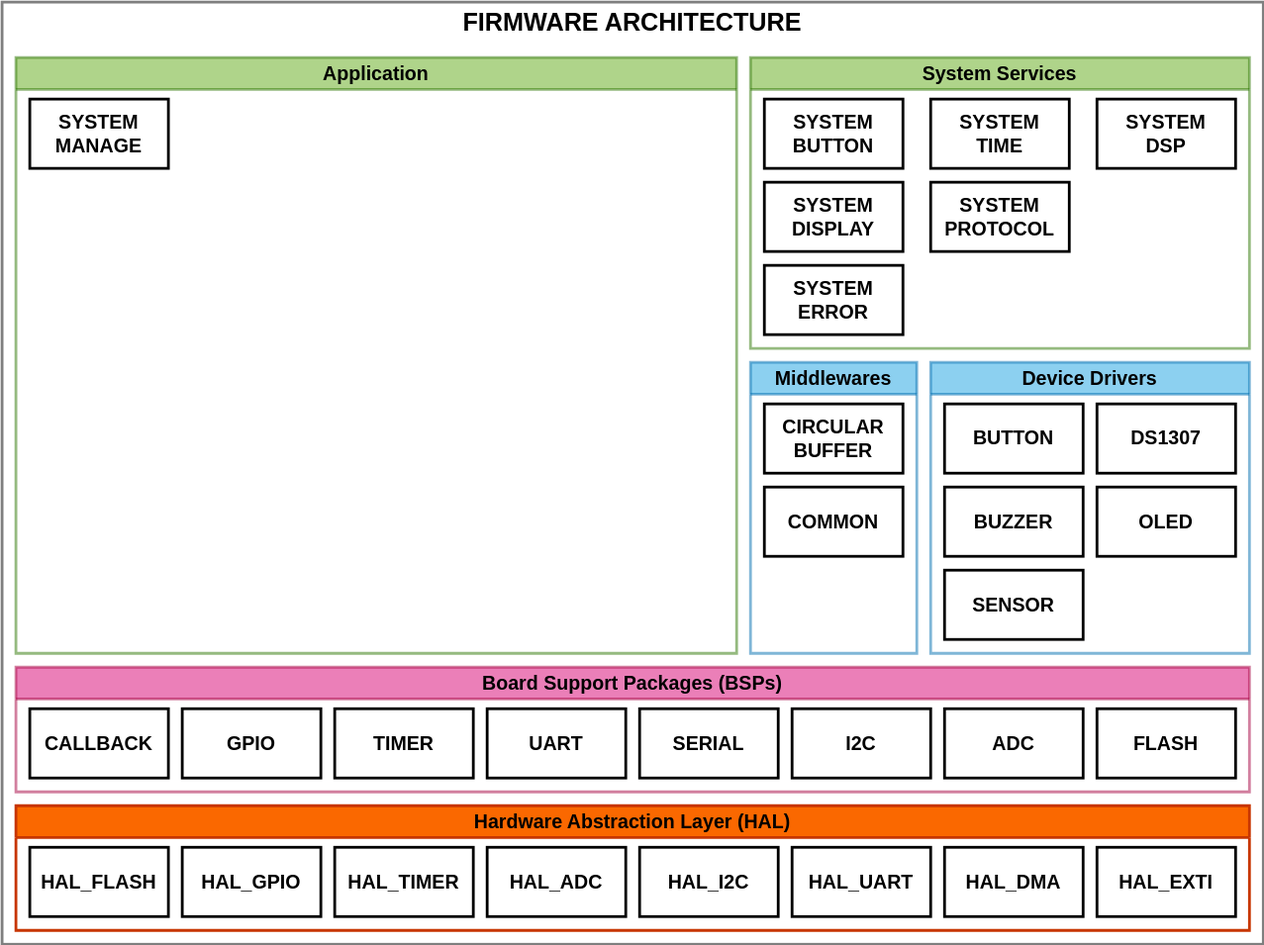
The draw.io diagram docs/img/firmware_architecture.svg in xuanvietcse/pulse_oximetry, before a commit. Source tidied: cells renumbered, new cells last; positions are measured from the earlier drawing's top-left corner, leaving out a move shared by most shapes.
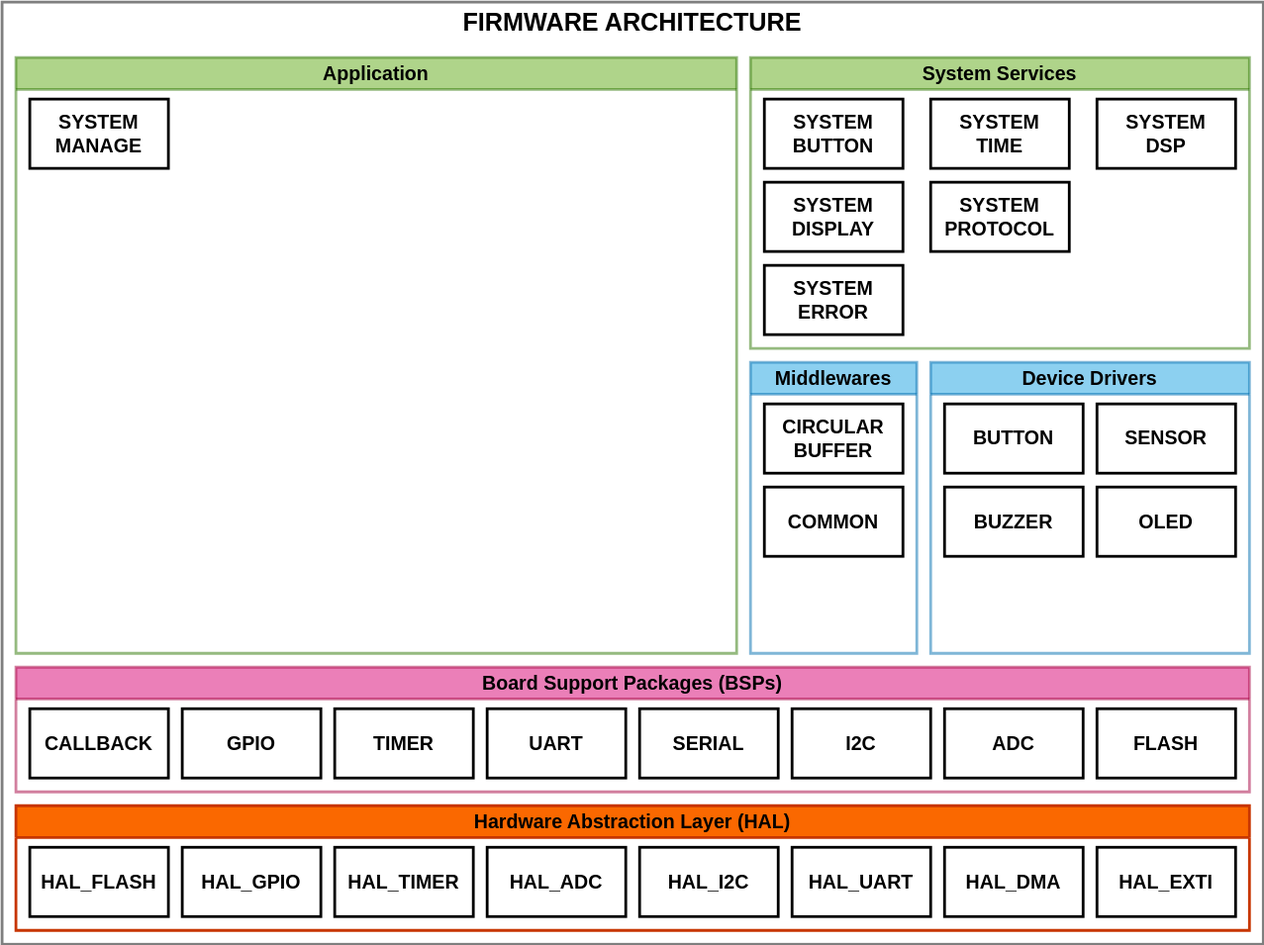
Later version of the same file.

Diff of the diagram source:
```diff
@@ -65,9 +65,6 @@
     <mxCell id="22" value="BUTTON" style="rounded=0;whiteSpace=wrap;html=1;fillColor=#FFFFFF;fontColor=#000000;fontStyle=1;fontSize=14;labelBorderColor=none;strokeColor=#000000;strokeWidth=2;" parent="21" vertex="1">
       <mxGeometry x="10" y="30" width="100" height="50" as="geometry" />
     </mxCell>
-    <mxCell id="23" value="DS1307" style="rounded=0;whiteSpace=wrap;html=1;fillColor=#FFFFFF;fontColor=#000000;fontStyle=1;fontSize=14;labelBorderColor=none;strokeColor=#000000;strokeWidth=2;" parent="21" vertex="1">
-      <mxGeometry x="120" y="30" width="100" height="50" as="geometry" />
-    </mxCell>
     <mxCell id="24" value="OLED" style="rounded=0;whiteSpace=wrap;html=1;fillColor=#FFFFFF;fontColor=#000000;fontStyle=1;fontSize=14;labelBorderColor=none;strokeColor=#000000;strokeWidth=2;" parent="21" vertex="1">
       <mxGeometry x="120" y="90" width="100" height="50" as="geometry" />
     </mxCell>
@@ -75,7 +72,7 @@
       <mxGeometry x="10" y="90" width="100" height="50" as="geometry" />
     </mxCell>
     <mxCell id="26" value="SENSOR" style="rounded=0;whiteSpace=wrap;html=1;fillColor=#FFFFFF;fontColor=#000000;fontStyle=1;fontSize=14;labelBorderColor=none;strokeColor=#000000;strokeWidth=2;" parent="1" vertex="1">
-      <mxGeometry x="680" y="410" width="100" height="50" as="geometry" />
+      <mxGeometry x="790" y="290" width="100" height="50" as="geometry" />
     </mxCell>
     <mxCell id="27" value="&lt;font color=&quot;#000000&quot;&gt;Middlewares&lt;/font&gt;" style="swimlane;whiteSpace=wrap;html=1;fillColor=#1ba1e2;fontColor=#ffffff;strokeColor=#006EAF;strokeWidth=2;fontSize=14;opacity=50;" parent="1" vertex="1">
       <mxGeometry x="540" y="260" width="120" height="210" as="geometry" />
```
